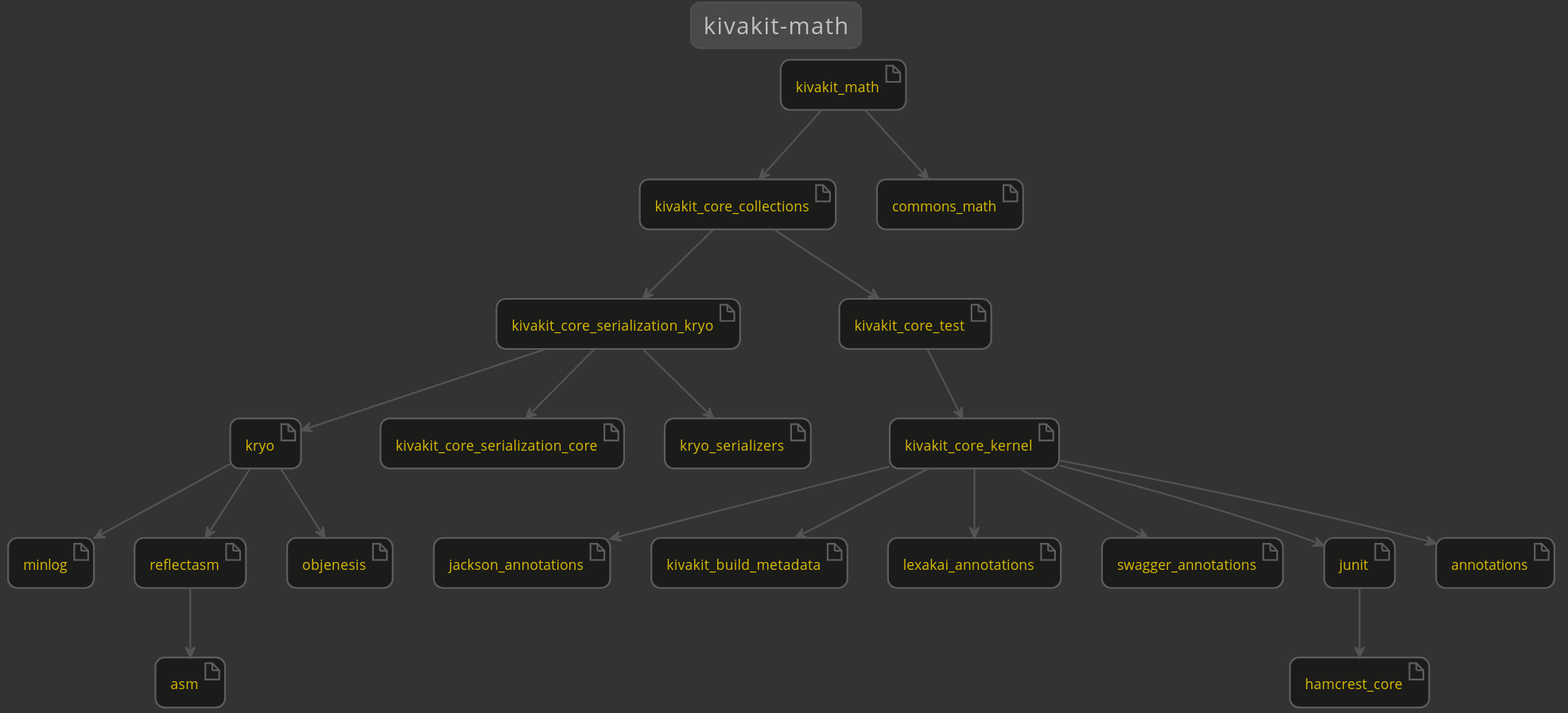
The PlantUML diagram docs/lexakai/kivakit-extensions/kivakit-math/documentation/diagrams/dependencies.svg in Telenav/kivakit-assets, before a commit.
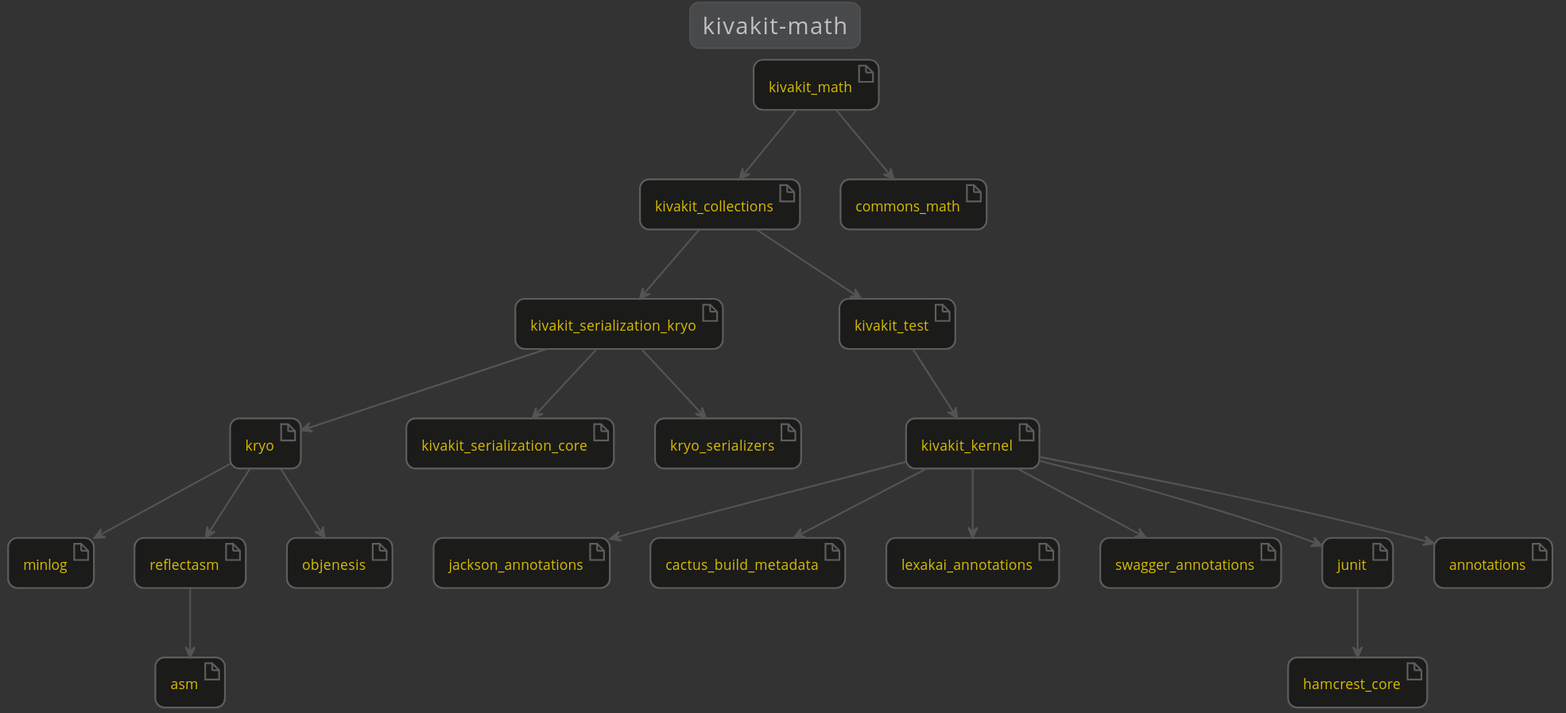
After the commit.

Diff of the diagram source:
```diff
@@ -8,13 +8,13 @@
     artifact minlog
     artifact reflectasm
     artifact jackson_annotations
-    artifact kivakit_build_metadata
-    artifact kivakit_core_collections
-    artifact kivakit_core_kernel
-    artifact kivakit_core_serialization_core
-    artifact kivakit_core_serialization_kryo
-    artifact kivakit_core_test
+    artifact cactus_build_metadata
+    artifact kivakit_collections
+    artifact kivakit_kernel
     artifact kivakit_math
+    artifact kivakit_serialization_core
+    artifact kivakit_serialization_kryo
+    artifact kivakit_test
     artifact lexakai_annotations
     artifact kryo_serializers
     artifact swagger_annotations
@@ -25,20 +25,20 @@
     artifact objenesis
     artifact asm
     junit --> hamcrest_core
-    kivakit_core_collections --> kivakit_core_serialization_kryo
-    kivakit_core_collections --> kivakit_core_test
-    kivakit_core_kernel --> annotations
-    kivakit_core_kernel --> jackson_annotations
-    kivakit_core_kernel --> junit
-    kivakit_core_kernel --> kivakit_build_metadata
-    kivakit_core_kernel --> lexakai_annotations
-    kivakit_core_kernel --> swagger_annotations
-    kivakit_core_serialization_kryo --> kivakit_core_serialization_core
-    kivakit_core_serialization_kryo --> kryo
-    kivakit_core_serialization_kryo --> kryo_serializers
-    kivakit_core_test --> kivakit_core_kernel
+    kivakit_collections --> kivakit_serialization_kryo
+    kivakit_collections --> kivakit_test
+    kivakit_kernel --> annotations
+    kivakit_kernel --> cactus_build_metadata
+    kivakit_kernel --> jackson_annotations
+    kivakit_kernel --> junit
+    kivakit_kernel --> lexakai_annotations
+    kivakit_kernel --> swagger_annotations
     kivakit_math --> commons_math
-    kivakit_math --> kivakit_core_collections
+    kivakit_math --> kivakit_collections
+    kivakit_serialization_kryo --> kivakit_serialization_core
+    kivakit_serialization_kryo --> kryo
+    kivakit_serialization_kryo --> kryo_serializers
+    kivakit_test --> kivakit_kernel
     kryo --> minlog
     kryo --> objenesis
     kryo --> reflectasm
```
